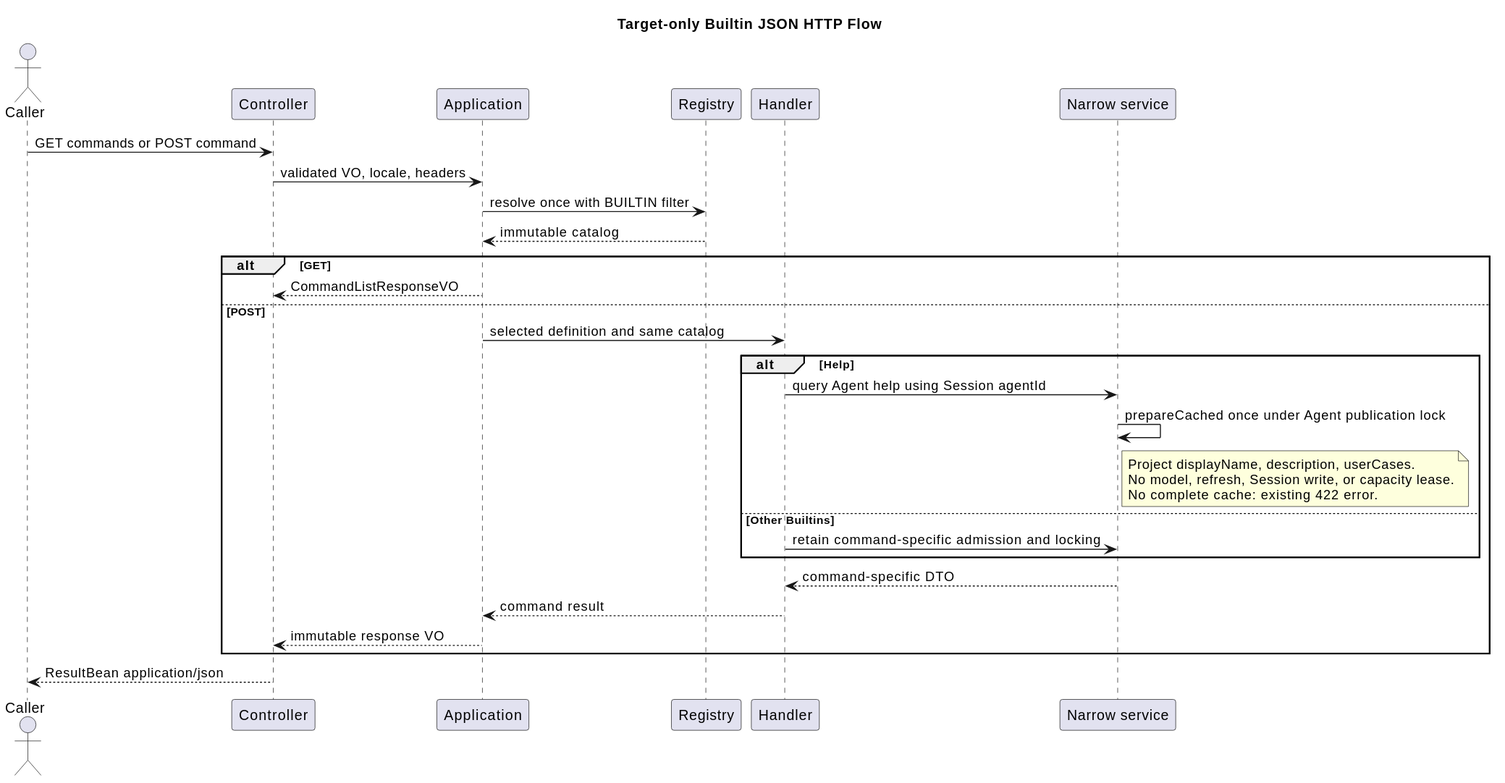
ssm0808/pi-mono-java-design keeps this PlantUML diagram as 01-总体架构/01-CampusClaw多Agent运行时/设计图/Command/command_http_flow.svg. Above is the earlier version.
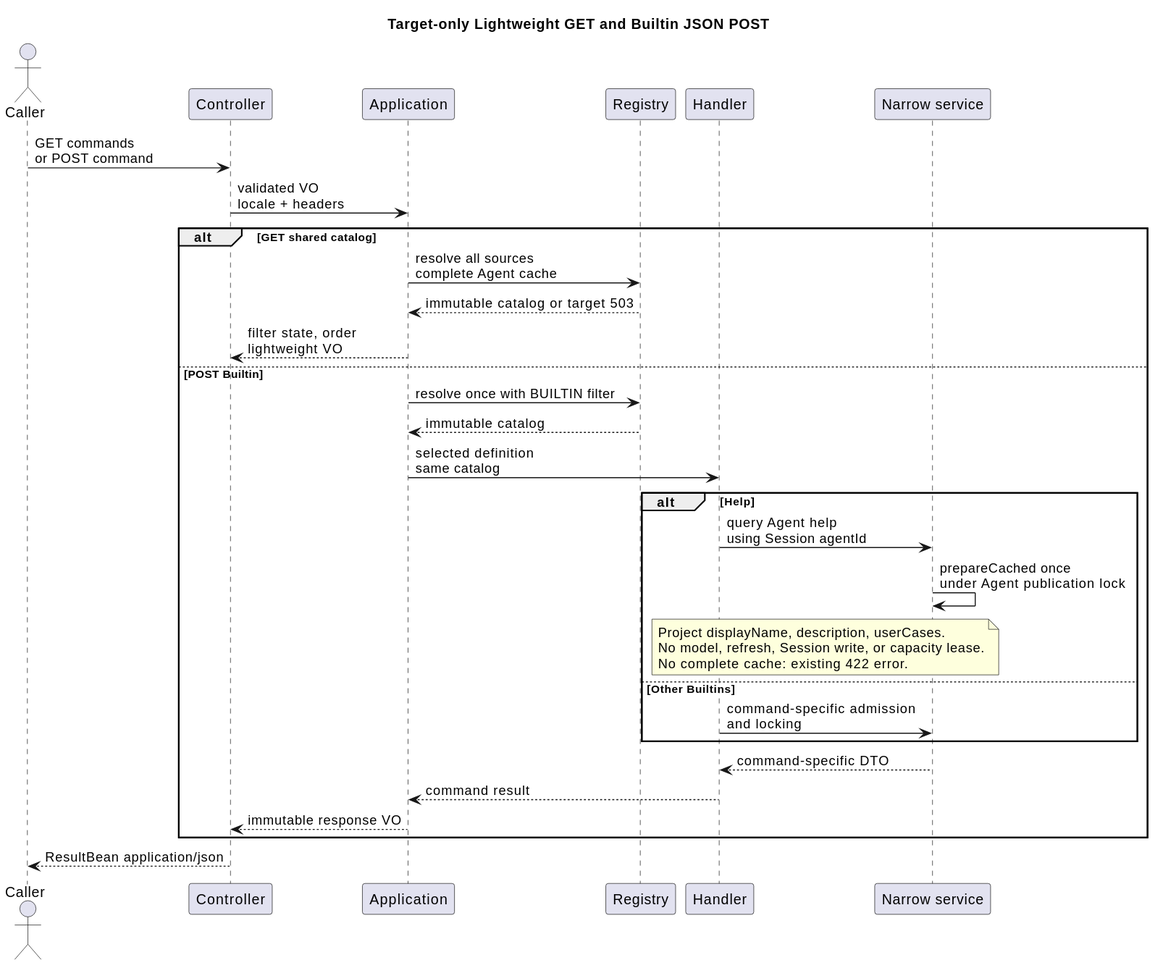
After the change.

Change to the diagram source:
```diff
@@ -1,5 +1,5 @@
 @startuml
-title Target-only Builtin JSON HTTP Flow
+title Target-only Lightweight GET and Builtin JSON POST
 skinparam shadowing false
 actor Caller
 participant Controller
@@ -7,24 +7,26 @@
 participant Registry
 participant Handler
 participant "Narrow service" as Service
-Caller -> Controller : GET commands or POST command
-Controller -> Application : validated VO, locale, headers
-Application -> Registry : resolve once with BUILTIN filter
-Registry --> Application : immutable catalog
-alt GET
-  Application --> Controller : CommandListResponseVO
-else POST
-  Application -> Handler : selected definition and same catalog
+Caller -> Controller : GET commands\nor POST command
+Controller -> Application : validated VO\nlocale + headers
+alt GET shared catalog
+  Application -> Registry : resolve all sources\ncomplete Agent cache
+  Registry --> Application : immutable catalog or target 503
+  Application --> Controller : filter state, order\nlightweight VO
+else POST Builtin
+  Application -> Registry : resolve once with BUILTIN filter
+  Registry --> Application : immutable catalog
+  Application -> Handler : selected definition\nsame catalog
   alt Help
-    Handler -> Service : query Agent help using Session agentId
-    Service -> Service : prepareCached once under Agent publication lock
-    note right of Service
+    Handler -> Service : query Agent help\nusing Session agentId
+    Service -> Service : prepareCached once\nunder Agent publication lock
+    note over Handler, Service
       Project displayName, description, userCases.
       No model, refresh, Session write, or capacity lease.
       No complete cache: existing 422 error.
     end note
   else Other Builtins
-    Handler -> Service : retain command-specific admission and locking
+    Handler -> Service : command-specific admission\nand locking
   end
   Service --> Handler : command-specific DTO
   Handler --> Application : command result
```
